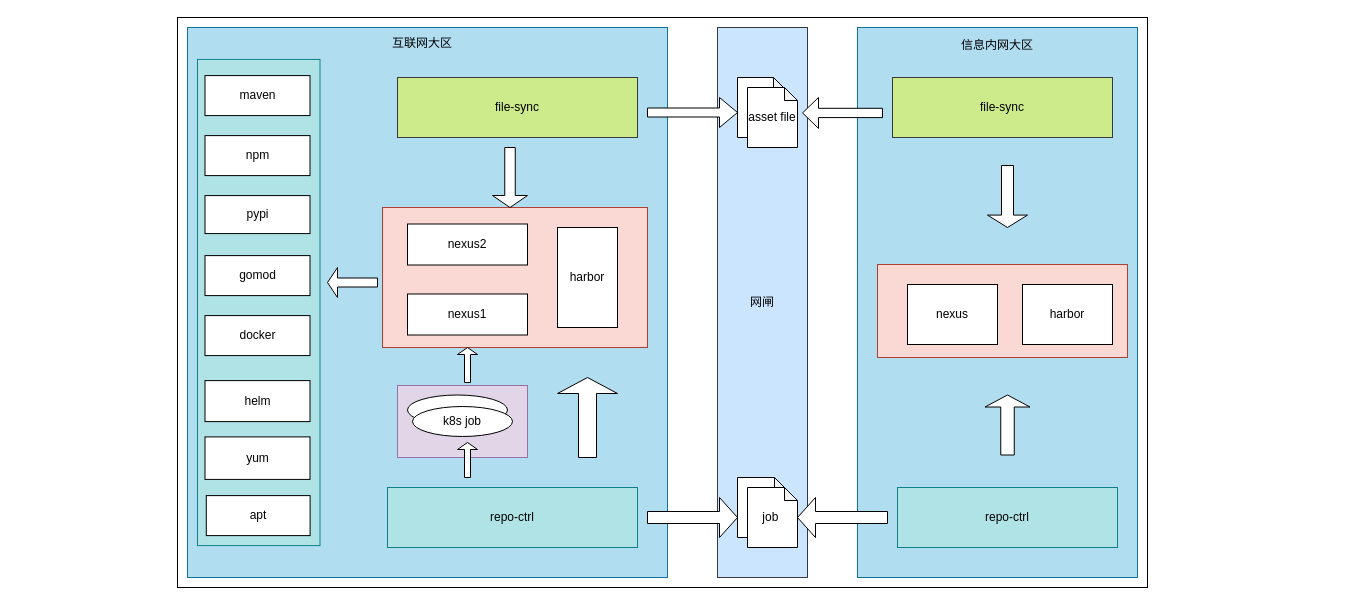
zzl-code/drawImg keeps this draw.io diagram as page "第 12 页" (12 of 12) of ProductRepository.drawio. Above is the earlier version. Source tidied: cells renumbered, new cells numbered last; positions are measured from the earlier drawing's top-left corner, leaving out a move shared by most shapes. Both pictures are drawn from the tidied source at 100%, with x=0, y=0 at pixel (177, 17).
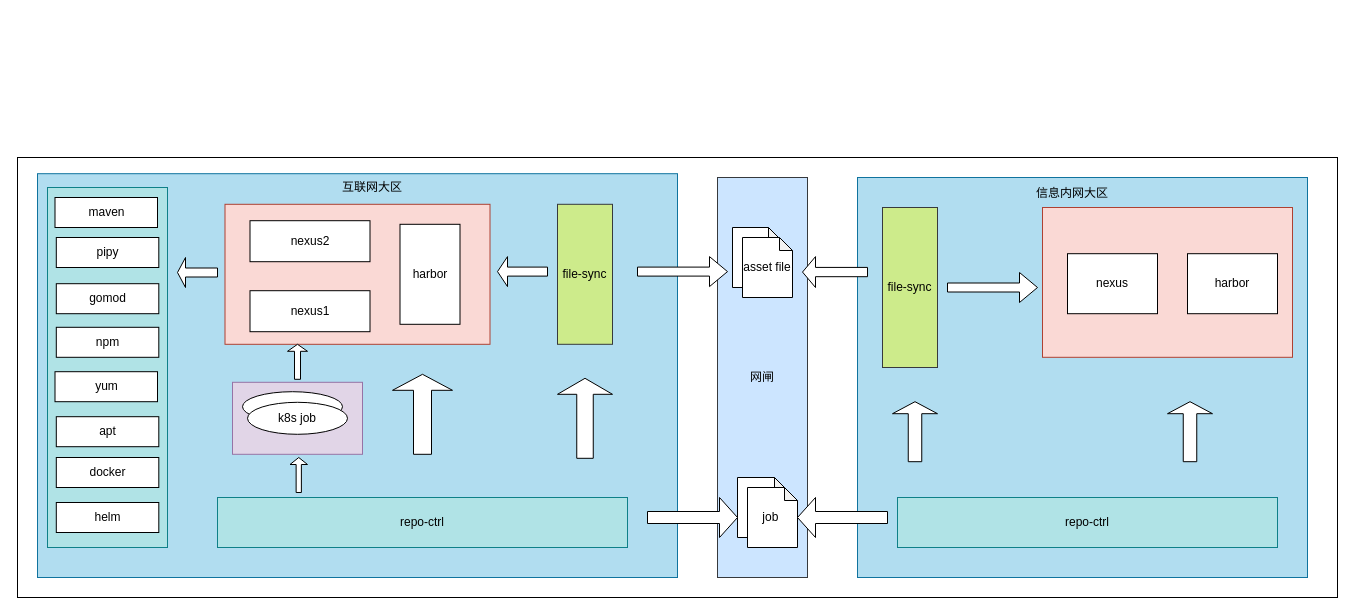
After the change.

Diff of the diagram source:
```diff
@@
     <mxCell id="2" style="rounded=0;whiteSpace=wrap;html=1;" parent="1" vertex="1">
-      <mxGeometry width="970" height="570" as="geometry" />
+      <mxGeometry x="-160" y="140" width="1320" height="440" as="geometry" />
     </mxCell>
     <mxCell id="3" value="网闸" style="rounded=0;whiteSpace=wrap;html=1;fillColor=#cce5ff;strokeColor=#36393d;" parent="1" vertex="1">
-      <mxGeometry x="540" y="10" width="90" height="550" as="geometry" />
+      <mxGeometry x="540" y="160" width="90" height="400" as="geometry" />
     </mxCell>
     <mxCell id="4" style="shape=note;whiteSpace=wrap;html=1;backgroundOutline=1;darkOpacity=0.05;size=14;" parent="1" vertex="1">
-      <mxGeometry x="560" y="60" width="50" height="60" as="geometry" />
+      <mxGeometry x="555" y="210" width="50" height="60" as="geometry" />
     </mxCell>
     <mxCell id="5" value="asset file" style="shape=note;whiteSpace=wrap;html=1;backgroundOutline=1;darkOpacity=0.05;size=13;" parent="1" vertex="1">
-      <mxGeometry x="570" y="70" width="50" height="60" as="geometry" />
+      <mxGeometry x="565" y="220" width="50" height="60" as="geometry" />
     </mxCell>
@@
     <mxCell id="8" style="rounded=0;whiteSpace=wrap;html=1;fillColor=#b1ddf0;strokeColor=#10739e;" parent="1" vertex="1">
-      <mxGeometry x="680" y="10" width="280" height="550" as="geometry" />
+      <mxGeometry x="680" y="160" width="450" height="400" as="geometry" />
     </mxCell>
     <mxCell id="9" value="repo-ctrl" style="rounded=0;whiteSpace=wrap;html=1;fillColor=#b0e3e6;strokeColor=#0e8088;" parent="1" vertex="1">
-      <mxGeometry x="720" y="470" width="220" height="60" as="geometry" />
+      <mxGeometry x="720" y="480" width="380" height="50" as="geometry" />
     </mxCell>
     <mxCell id="10" style="rounded=0;whiteSpace=wrap;html=1;fillColor=#fad9d5;strokeColor=#ae4132;" parent="1" vertex="1">
-      <mxGeometry x="700" y="247" width="250" height="93" as="geometry" />
+      <mxGeometry x="865" y="190" width="250" height="149.8" as="geometry" />
     </mxCell>
     <mxCell id="11" value="file-sync" style="rounded=0;whiteSpace=wrap;html=1;fillColor=#cdeb8b;strokeColor=#36393d;" parent="1" vertex="1">
-      <mxGeometry x="715" y="60" width="220" height="60" as="geometry" />
+      <mxGeometry x="705" y="190" width="55" height="160" as="geometry" />
     </mxCell>
     <mxCell id="12" value="nexus" style="rounded=0;whiteSpace=wrap;html=1;" parent="1" vertex="1">
-      <mxGeometry x="730" y="267" width="90" height="60" as="geometry" />
+      <mxGeometry x="890" y="236.2" width="90" height="60" as="geometry" />
     </mxCell>
     <mxCell id="13" value="harbor" style="rounded=0;whiteSpace=wrap;html=1;" parent="1" vertex="1">
-      <mxGeometry x="845" y="267" width="90" height="60" as="geometry" />
+      <mxGeometry x="1010" y="236.2" width="90" height="60" as="geometry" />
     </mxCell>
     <mxCell id="14" style="rounded=0;whiteSpace=wrap;html=1;fillColor=#b1ddf0;strokeColor=#10739e;" parent="1" vertex="1">
-      <mxGeometry x="10" y="10" width="480" height="550" as="geometry" />
+      <mxGeometry x="-140" y="156.2" width="640" height="403.8" as="geometry" />
     </mxCell>
     <mxCell id="15" value="repo-ctrl" style="rounded=0;whiteSpace=wrap;html=1;fillColor=#b0e3e6;strokeColor=#0e8088;" parent="1" vertex="1">
-      <mxGeometry x="210" y="470" width="250" height="60" as="geometry" />
+      <mxGeometry x="40" y="480" width="410" height="50" as="geometry" />
     </mxCell>
     <mxCell id="16" style="rounded=0;whiteSpace=wrap;html=1;fillColor=#b0e3e6;strokeColor=#0e8088;" parent="1" vertex="1">
-      <mxGeometry x="20" y="41.9" width="122.5" height="486.2" as="geometry" />
+      <mxGeometry x="-130" y="170" width="120" height="360" as="geometry" />
     </mxCell>
     <mxCell id="17" value="maven" style="rounded=0;whiteSpace=wrap;html=1;" parent="1" vertex="1">
-      <mxGeometry x="27.5" y="58.1" width="105" height="40" as="geometry" />
+      <mxGeometry x="-122.5" y="180" width="102.5" height="30" as="geometry" />
     </mxCell>
-    <mxCell id="18" value="npm" style="rounded=0;whiteSpace=wrap;html=1;" parent="1" vertex="1">
-      <mxGeometry x="27.5" y="118.1" width="105" height="40" as="geometry" />
-    </mxCell>
-    <mxCell id="19" value="pypi" style="rounded=0;whiteSpace=wrap;html=1;" parent="1" vertex="1">
-      <mxGeometry x="27.5" y="178.1" width="105" height="38" as="geometry" />
-    </mxCell>
-    <mxCell id="20" value="gomod" style="rounded=0;whiteSpace=wrap;html=1;" parent="1" vertex="1">
-      <mxGeometry x="27.5" y="238.1" width="105" height="40" as="geometry" />
-    </mxCell>
-    <mxCell id="21" value="docker" style="rounded=0;whiteSpace=wrap;html=1;" parent="1" vertex="1">
-      <mxGeometry x="27.5" y="298.1" width="105" height="40" as="geometry" />
-    </mxCell>
-    <mxCell id="22" value="helm" style="rounded=0;whiteSpace=wrap;html=1;" parent="1" vertex="1">
-      <mxGeometry x="27.5" y="363.1" width="105" height="41" as="geometry" />
-    </mxCell>
-    <mxCell id="23" value="yum" style="rounded=0;whiteSpace=wrap;html=1;" parent="1" vertex="1">
-      <mxGeometry x="27.5" y="419.4" width="105" height="42.5" as="geometry" />
-    </mxCell>
-    <mxCell id="24" value="apt" style="rounded=0;whiteSpace=wrap;html=1;" parent="1" vertex="1">
-      <mxGeometry x="28.8" y="478.1" width="103.8" height="40" as="geometry" />
-    </mxCell>
     <mxCell id="25" style="rounded=0;whiteSpace=wrap;html=1;fillColor=#fad9d5;strokeColor=#ae4132;" parent="1" vertex="1">
-      <mxGeometry x="205" y="190" width="265" height="140" as="geometry" />
+      <mxGeometry x="47.5" y="186.8" width="265" height="140" as="geometry" />
     </mxCell>
     <mxCell id="26" value="nexus2" style="rounded=0;whiteSpace=wrap;html=1;" parent="1" vertex="1">
-      <mxGeometry x="230" y="206.5" width="120" height="41" as="geometry" />
+      <mxGeometry x="72.5" y="203.2" width="120" height="41" as="geometry" />
     </mxCell>
     <mxCell id="27" value="nexus1" style="rounded=0;whiteSpace=wrap;html=1;" parent="1" vertex="1">
-      <mxGeometry x="230" y="276.5" width="120" height="41" as="geometry" />
+      <mxGeometry x="72.5" y="273.2" width="120" height="41" as="geometry" />
     </mxCell>
     <mxCell id="28" value="harbor" style="rounded=0;whiteSpace=wrap;html=1;" parent="1" vertex="1">
-      <mxGeometry x="380" y="210" width="60" height="100" as="geometry" />
+      <mxGeometry x="222.5" y="206.8" width="60" height="100" as="geometry" />
     </mxCell>
-    <mxCell id="29" value="file-sync" style="rounded=0;whiteSpace=wrap;html=1;fillColor=#cdeb8b;strokeColor=#36393d;" parent="1" vertex="1">
-      <mxGeometry x="220" y="60" width="240" height="60" as="geometry" />
-    </mxCell>
     <mxCell id="30" style="shape=singleArrow;direction=north;whiteSpace=wrap;html=1;" parent="1" vertex="1">
-      <mxGeometry x="807.5" y="377.5" width="45" height="60" as="geometry" />
+      <mxGeometry x="715" y="384.2" width="45" height="60" as="geometry" />
     </mxCell>
-    <mxCell id="31" style="shape=singleArrow;direction=south;whiteSpace=wrap;html=1;" parent="1" vertex="1">
-      <mxGeometry x="810" y="148" width="40" height="62" as="geometry" />
-    </mxCell>
@@
     <mxCell id="34" style="rounded=0;whiteSpace=wrap;html=1;fillColor=#e1d5e7;strokeColor=#9673a6;" parent="1" vertex="1">
-      <mxGeometry x="220" y="368" width="130" height="72" as="geometry" />
+      <mxGeometry x="55" y="364.8" width="130" height="72" as="geometry" />
     </mxCell>
     <mxCell id="35" style="ellipse;whiteSpace=wrap;html=1;" parent="1" vertex="1">
-      <mxGeometry x="230" y="377.5" width="100" height="30" as="geometry" />
+      <mxGeometry x="65" y="374.2" width="100" height="30" as="geometry" />
     </mxCell>
     <mxCell id="36" value="k8s job" style="ellipse;whiteSpace=wrap;html=1;" parent="1" vertex="1">
-      <mxGeometry x="235" y="389" width="100" height="30" as="geometry" />
+      <mxGeometry x="70" y="384.8" width="100" height="32" as="geometry" />
     </mxCell>
     <mxCell id="37" style="shape=singleArrow;direction=north;whiteSpace=wrap;html=1;" parent="1" vertex="1">
-      <mxGeometry x="380" y="360" width="60" height="80" as="geometry" />
+      <mxGeometry x="215" y="356.8" width="60" height="80" as="geometry" />
     </mxCell>
-    <mxCell id="38" style="shape=singleArrow;direction=north;whiteSpace=wrap;html=1;" parent="1" vertex="1">
-      <mxGeometry x="280" y="425" width="20" height="35" as="geometry" />
-    </mxCell>
     <mxCell id="39" style="shape=singleArrow;direction=north;whiteSpace=wrap;html=1;" parent="1" vertex="1">
-      <mxGeometry x="280" y="330" width="20" height="35" as="geometry" />
+      <mxGeometry x="110" y="326.8" width="20" height="35" as="geometry" />
     </mxCell>
-    <mxCell id="40" style="shape=singleArrow;direction=south;whiteSpace=wrap;html=1;" parent="1" vertex="1">
-      <mxGeometry x="315" y="130" width="35" height="60" as="geometry" />
-    </mxCell>
     <mxCell id="41" style="shape=singleArrow;direction=west;whiteSpace=wrap;html=1;" parent="1" vertex="1">
-      <mxGeometry x="150" y="250" width="50" height="30" as="geometry" />
+      <mxGeometry x="320" y="239.1" width="50" height="30" as="geometry" />
     </mxCell>
     <mxCell id="42" style="shape=singleArrow;whiteSpace=wrap;html=1;" parent="1" vertex="1">
-      <mxGeometry x="470" y="80" width="90" height="30" as="geometry" />
+      <mxGeometry x="770" y="255" width="90" height="30" as="geometry" />
     </mxCell>
     <mxCell id="43" style="shape=singleArrow;direction=west;whiteSpace=wrap;html=1;" parent="1" vertex="1">
-      <mxGeometry x="625" y="80" width="80" height="30.9" as="geometry" />
+      <mxGeometry x="625" y="239.1" width="65" height="30.9" as="geometry" />
     </mxCell>
     <mxCell id="44" value="互联网大区" style="text;html=1;strokeColor=none;fillColor=none;align=center;verticalAlign=middle;whiteSpace=wrap;rounded=0;" parent="1" vertex="1">
-      <mxGeometry x="200" y="12" width="90" height="28" as="geometry" />
+      <mxGeometry x="150" y="156.2" width="90" height="28" as="geometry" />
     </mxCell>
     <mxCell id="45" value="信息内网大区" style="text;html=1;strokeColor=none;fillColor=none;align=center;verticalAlign=middle;whiteSpace=wrap;rounded=0;" parent="1" vertex="1">
-      <mxGeometry x="775" y="13.9" width="90" height="28" as="geometry" />
+      <mxGeometry x="850" y="162" width="90" height="28" as="geometry" />
     </mxCell>
+    <mxCell id="29" value="file-sync" style="rounded=0;whiteSpace=wrap;html=1;fillColor=#cdeb8b;strokeColor=#36393d;" parent="1" vertex="1">
+      <mxGeometry x="380" y="186.8" width="55" height="140" as="geometry" />
+    </mxCell>
+    <mxCell id="46" style="shape=singleArrow;direction=north;whiteSpace=wrap;html=1;" parent="1" vertex="1">
+      <mxGeometry x="990" y="384.2" width="45" height="60" as="geometry" />
+    </mxCell>
+    <mxCell id="47" style="shape=singleArrow;whiteSpace=wrap;html=1;" parent="1" vertex="1">
+      <mxGeometry x="460" y="239.1" width="90" height="30" as="geometry" />
+    </mxCell>
+    <mxCell id="48" style="shape=singleArrow;direction=north;whiteSpace=wrap;html=1;" parent="1" vertex="1">
+      <mxGeometry x="380" y="360.8" width="55" height="80" as="geometry" />
+    </mxCell>
+    <mxCell id="49" value="pipy" style="rounded=0;whiteSpace=wrap;html=1;" parent="1" vertex="1">
+      <mxGeometry x="-121.2" y="220" width="102.5" height="30" as="geometry" />
+    </mxCell>
+    <mxCell id="20" value="gomod" style="rounded=0;whiteSpace=wrap;html=1;" parent="1" vertex="1">
+      <mxGeometry x="-121.2" y="266.2" width="102.5" height="30" as="geometry" />
+    </mxCell>
+    <mxCell id="18" value="npm" style="rounded=0;whiteSpace=wrap;html=1;" parent="1" vertex="1">
+      <mxGeometry x="-121.2" y="309.8" width="102.5" height="30" as="geometry" />
+    </mxCell>
+    <mxCell id="23" value="yum" style="rounded=0;whiteSpace=wrap;html=1;" parent="1" vertex="1">
+      <mxGeometry x="-122.5" y="354.2" width="102.5" height="30" as="geometry" />
+    </mxCell>
+    <mxCell id="24" value="apt" style="rounded=0;whiteSpace=wrap;html=1;" parent="1" vertex="1">
+      <mxGeometry x="-121.2" y="399.2" width="102.5" height="30" as="geometry" />
+    </mxCell>
+    <mxCell id="21" value="docker" style="rounded=0;whiteSpace=wrap;html=1;" parent="1" vertex="1">
+      <mxGeometry x="-121.2" y="440" width="102.5" height="30" as="geometry" />
+    </mxCell>
+    <mxCell id="22" value="helm" style="rounded=0;whiteSpace=wrap;html=1;" parent="1" vertex="1">
+      <mxGeometry x="-121.2" y="485" width="102.5" height="30" as="geometry" />
+    </mxCell>
+    <mxCell id="50" style="shape=singleArrow;direction=west;whiteSpace=wrap;html=1;" parent="1" vertex="1">
+      <mxGeometry y="240" width="40" height="30" as="geometry" />
+    </mxCell>
+    <mxCell id="51" style="shape=singleArrow;direction=north;whiteSpace=wrap;html=1;" parent="1" vertex="1">
+      <mxGeometry x="112.5" y="440" width="17.5" height="35" as="geometry" />
+    </mxCell>
```
